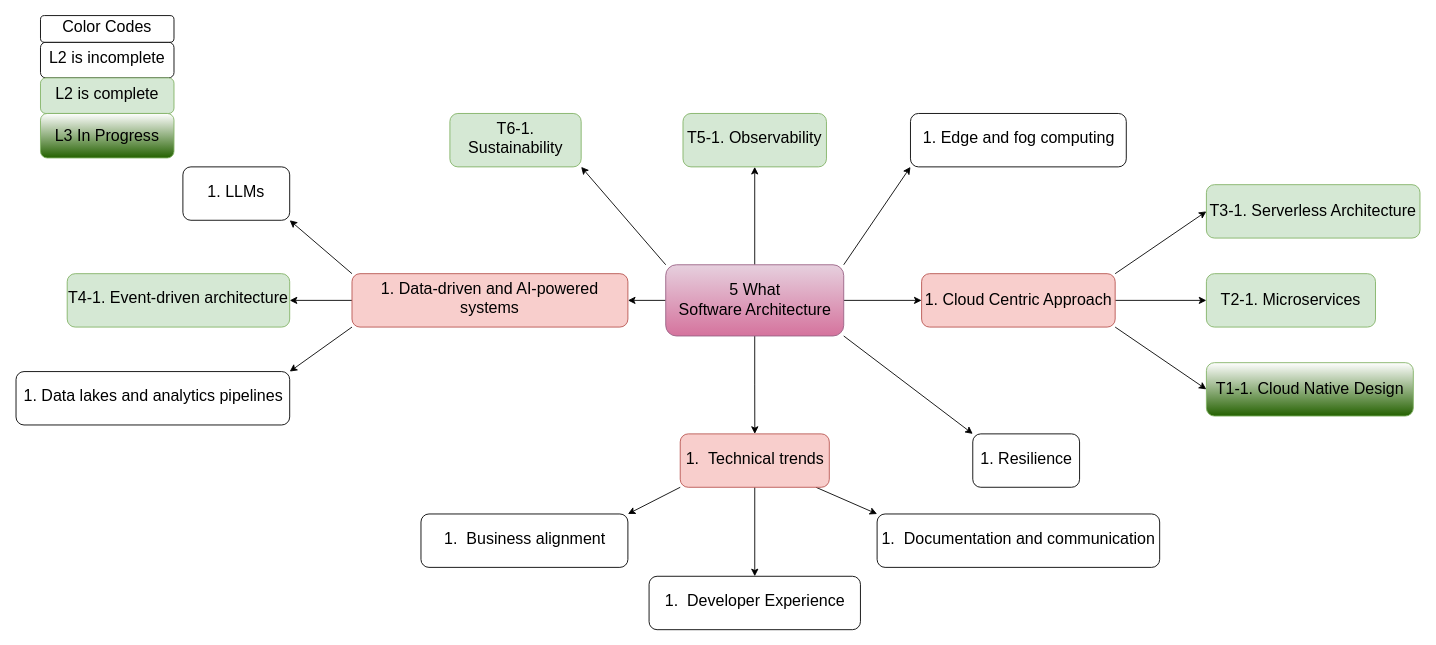
This is page "FiveWhatSA" (1 of 8) of FiveWhatSoftwareArch.drawio from Gaur4vGaur/probable-octo, a draw.io file, before an edit. Source tidied: cells renumbered, new cells numbered last; positions are measured from the earlier drawing's top-left corner, leaving out a move shared by most shapes. Both pictures are drawn from the tidied source at 89%, with x=0, y=0 at pixel (15, 15).
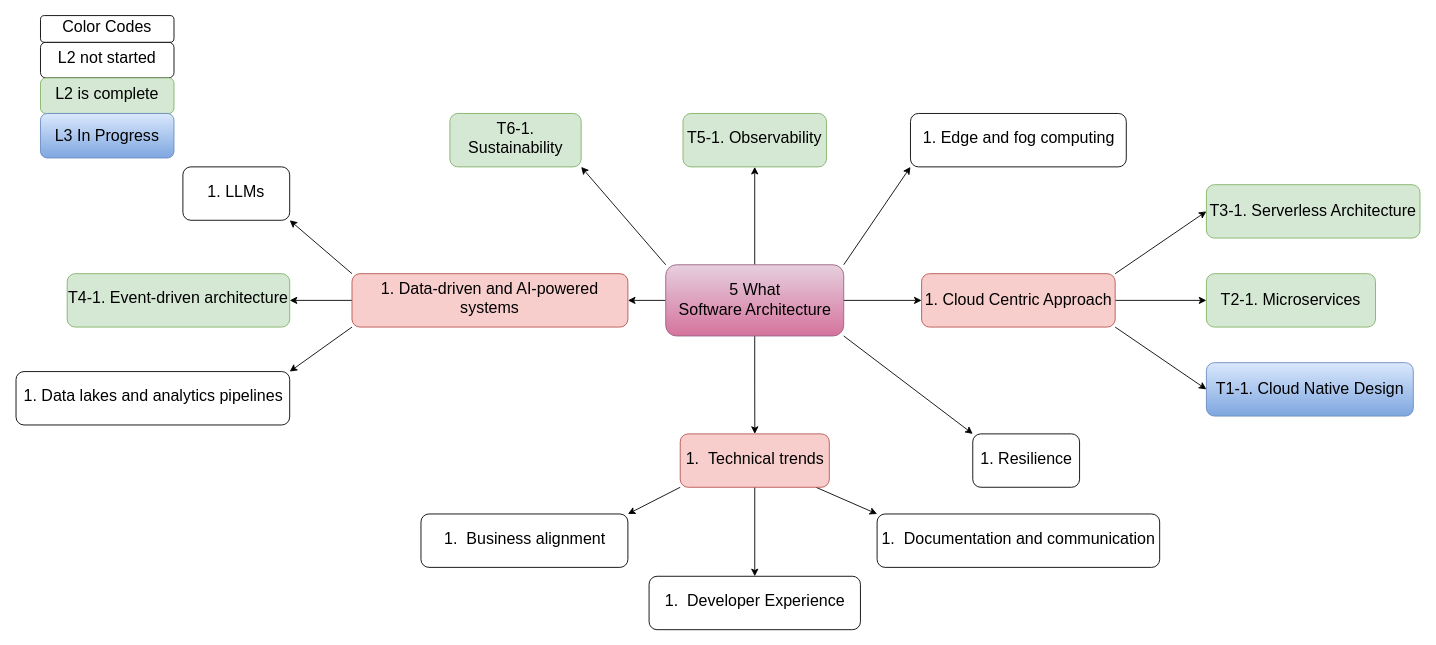
The same page after the edit.

Change to the diagram source:
```diff
@@
-    <mxCell id="7" value="T1-1. Cloud Native Design" style="rounded=1;whiteSpace=wrap;html=1;fontSize=18;fillColor=#ffffff;strokeColor=#82b366;gradientColor=#246100;" parent="1" vertex="1">
+    <mxCell id="7" value="T1-1. Cloud Native Design" style="rounded=1;whiteSpace=wrap;html=1;fontSize=18;fillColor=#dae8fc;strokeColor=#6c8ebf;gradientColor=#7ea6e0;" parent="1" vertex="1">
       <mxGeometry x="1338" y="390" width="232.5" height="60" as="geometry" />
     </mxCell>
@@
-    <mxCell id="35" value="L2 is incomplete&lt;span style=&quot;background-color: initial; font-size: 18px;&quot;&gt;&lt;br style=&quot;font-size: 18px;&quot;&gt;&lt;/span&gt;&lt;ul style=&quot;--tw-border-spacing-x: 0; --tw-border-spacing-y: 0; --tw-translate-x: 0; --tw-translate-y: 0; --tw-rotate: 0; --tw-skew-x: 0; --tw-skew-y: 0; --tw-scale-x: 1; --tw-scale-y: 1; --tw-pan-x: ; --tw-pan-y: ; --tw-pinch-zoom: ; --tw-scroll-snap-strictness: proximity; --tw-ordinal: ; --tw-slashed-zero: ; --tw-numeric-figure: ; --tw-numeric-spacing: ; --tw-numeric-fraction: ; --tw-ring-inset: ; --tw-ring-offset-width: 0px; --tw-ring-offset-color: #fff; --tw-ring-color: rgb(59 130 246 / .5); --tw-ring-offset-shadow: 0 0 #0000; --tw-ring-shadow: 0 0 #0000; --tw-shadow: 0 0 #0000; --tw-shadow-colored: 0 0 #0000; --tw-blur: ; --tw-brightness: ; --tw-contrast: ; --tw-grayscale: ; --tw-hue-rotate: ; --tw-invert: ; --tw-saturate: ; --tw-sepia: ; --tw-drop-shadow: ; --tw-backdrop-blur: ; --tw-backdrop-brightness: ; --tw-backdrop-contrast: ; --tw-backdrop-grayscale: ; --tw-backdrop-hue-rotate: ; --tw-backdrop-invert: ; --tw-backdrop-opacity: ; --tw-backdrop-saturate: ; --tw-backdrop-sepia: ; margin: 4px 0px; padding-inline-start: 36px; font-size: 18px;&quot;&gt;&lt;span style=&quot;--tw-border-spacing-x: 0; --tw-border-spacing-y: 0; --tw-translate-x: 0; --tw-translate-y: 0; --tw-rotate: 0; --tw-skew-x: 0; --tw-skew-y: 0; --tw-scale-x: 1; --tw-scale-y: 1; --tw-pan-x: ; --tw-pan-y: ; --tw-pinch-zoom: ; --tw-scroll-snap-strictness: proximity; --tw-ordinal: ; --tw-slashed-zero: ; --tw-numeric-figure: ; --tw-numeric-spacing: ; --tw-numeric-fraction: ; --tw-ring-inset: ; --tw-ring-offset-width: 0px; --tw-ring-offset-color: #fff; --tw-ring-color: rgb(59 130 246 / .5); --tw-ring-offset-shadow: 0 0 #0000; --tw-ring-shadow: 0 0 #0000; --tw-shadow: 0 0 #0000; --tw-shadow-colored: 0 0 #0000; --tw-blur: ; --tw-brightness: ; --tw-contrast: ; --tw-grayscale: ; --tw-hue-rotate: ; --tw-invert: ; --tw-saturate: ; --tw-sepia: ; --tw-drop-shadow: ; --tw-backdrop-blur: ; --tw-backdrop-brightness: ; --tw-backdrop-contrast: ; --tw-backdrop-grayscale: ; --tw-backdrop-hue-rotate: ; --tw-backdrop-invert: ; --tw-backdrop-opacity: ; --tw-backdrop-saturate: ; --tw-backdrop-sepia: ; color: rgb(227, 227, 227); font-family: &amp;quot;Google Sans&amp;quot;, &amp;quot;Helvetica Neue&amp;quot;, sans-serif; font-size: 18px; text-align: start; background-color: rgb(19, 19, 20);&quot;&gt;&lt;/span&gt;&lt;/ul&gt;" style="rounded=1;whiteSpace=wrap;html=1;fontSize=18;" parent="1" vertex="1">
+    <mxCell id="35" value="L2 not started&lt;span style=&quot;background-color: initial; font-size: 18px;&quot;&gt;&lt;br style=&quot;font-size: 18px;&quot;&gt;&lt;/span&gt;&lt;ul style=&quot;--tw-border-spacing-x: 0; --tw-border-spacing-y: 0; --tw-translate-x: 0; --tw-translate-y: 0; --tw-rotate: 0; --tw-skew-x: 0; --tw-skew-y: 0; --tw-scale-x: 1; --tw-scale-y: 1; --tw-pan-x: ; --tw-pan-y: ; --tw-pinch-zoom: ; --tw-scroll-snap-strictness: proximity; --tw-ordinal: ; --tw-slashed-zero: ; --tw-numeric-figure: ; --tw-numeric-spacing: ; --tw-numeric-fraction: ; --tw-ring-inset: ; --tw-ring-offset-width: 0px; --tw-ring-offset-color: #fff; --tw-ring-color: rgb(59 130 246 / .5); --tw-ring-offset-shadow: 0 0 #0000; --tw-ring-shadow: 0 0 #0000; --tw-shadow: 0 0 #0000; --tw-shadow-colored: 0 0 #0000; --tw-blur: ; --tw-brightness: ; --tw-contrast: ; --tw-grayscale: ; --tw-hue-rotate: ; --tw-invert: ; --tw-saturate: ; --tw-sepia: ; --tw-drop-shadow: ; --tw-backdrop-blur: ; --tw-backdrop-brightness: ; --tw-backdrop-contrast: ; --tw-backdrop-grayscale: ; --tw-backdrop-hue-rotate: ; --tw-backdrop-invert: ; --tw-backdrop-opacity: ; --tw-backdrop-saturate: ; --tw-backdrop-sepia: ; margin: 4px 0px; padding-inline-start: 36px; font-size: 18px;&quot;&gt;&lt;span style=&quot;--tw-border-spacing-x: 0; --tw-border-spacing-y: 0; --tw-translate-x: 0; --tw-translate-y: 0; --tw-rotate: 0; --tw-skew-x: 0; --tw-skew-y: 0; --tw-scale-x: 1; --tw-scale-y: 1; --tw-pan-x: ; --tw-pan-y: ; --tw-pinch-zoom: ; --tw-scroll-snap-strictness: proximity; --tw-ordinal: ; --tw-slashed-zero: ; --tw-numeric-figure: ; --tw-numeric-spacing: ; --tw-numeric-fraction: ; --tw-ring-inset: ; --tw-ring-offset-width: 0px; --tw-ring-offset-color: #fff; --tw-ring-color: rgb(59 130 246 / .5); --tw-ring-offset-shadow: 0 0 #0000; --tw-ring-shadow: 0 0 #0000; --tw-shadow: 0 0 #0000; --tw-shadow-colored: 0 0 #0000; --tw-blur: ; --tw-brightness: ; --tw-contrast: ; --tw-grayscale: ; --tw-hue-rotate: ; --tw-invert: ; --tw-saturate: ; --tw-sepia: ; --tw-drop-shadow: ; --tw-backdrop-blur: ; --tw-backdrop-brightness: ; --tw-backdrop-contrast: ; --tw-backdrop-grayscale: ; --tw-backdrop-hue-rotate: ; --tw-backdrop-invert: ; --tw-backdrop-opacity: ; --tw-backdrop-saturate: ; --tw-backdrop-sepia: ; color: rgb(227, 227, 227); font-family: &amp;quot;Google Sans&amp;quot;, &amp;quot;Helvetica Neue&amp;quot;, sans-serif; font-size: 18px; text-align: start; background-color: rgb(19, 19, 20);&quot;&gt;&lt;/span&gt;&lt;/ul&gt;" style="rounded=1;whiteSpace=wrap;html=1;fontSize=18;" parent="1" vertex="1">
       <mxGeometry x="28" y="30" width="150" height="40" as="geometry" />
     </mxCell>
@@
-    <mxCell id="39" value="L3 In Progress" style="rounded=1;whiteSpace=wrap;html=1;fontSize=18;fillColor=#ffffff;strokeColor=#82b366;gradientColor=#246100;" parent="1" vertex="1">
+    <mxCell id="39" value="L3 In Progress" style="rounded=1;whiteSpace=wrap;html=1;fontSize=18;fillColor=#dae8fc;strokeColor=#6c8ebf;gradientColor=#7ea6e0;" parent="1" vertex="1">
       <mxGeometry x="28" y="110" width="150" height="50" as="geometry" />
     </mxCell>
```
